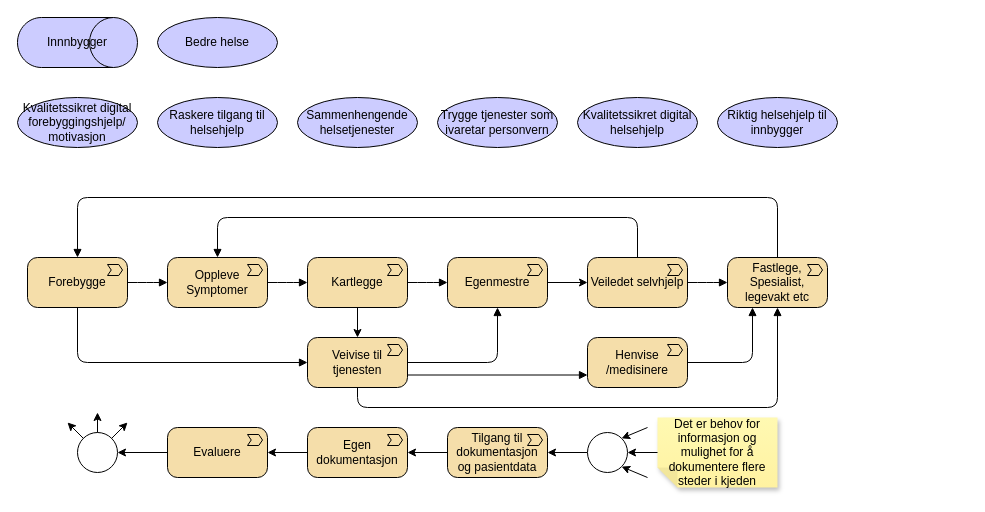
Above: page "verdikjede-pasient" (5 of 9) of docs/strategi/value-chain.drawio in hdir/Digital-Forstelinje (draw.io), before the change. Source tidied: cells renumbered, new cells numbered last; positions are measured from the earlier drawing's top-left corner, leaving out a move shared by most shapes. Both pictures are drawn from the tidied source at 100%, with x=0, y=0 at pixel (17, 17).
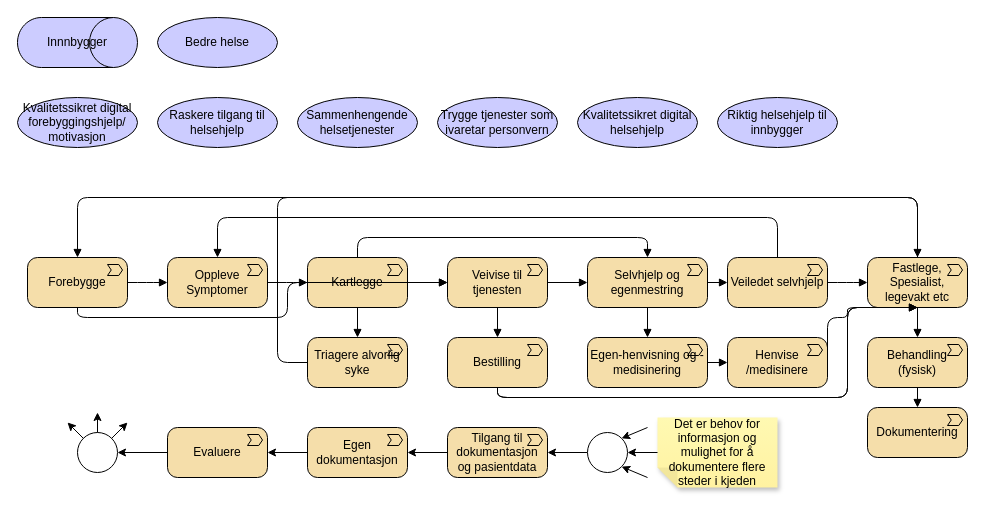
The same diagram, later.

Unchanged cells that the change refers to:
```xml
<mxCell id="5" value="Kartlegge" style="html=1;outlineConnect=0;whiteSpace=wrap;fillColor=#F5DEAA;shape=mxgraph.archimate3.application;appType=valueStream;archiType=rounded;" parent="1" vertex="1">
  <mxGeometry x="290" y="240" width="100" height="50" as="geometry" />
</mxCell>
```

The edit, as a diff of the source:
```diff
@@
-    <mxCell id="4" style="edgeStyle=none;html=1;" parent="1" edge="1" source="5" target="9">
+    <mxCell id="4" style="edgeStyle=none;html=1;endArrow=block;endFill=1;" parent="1" edge="1" source="5" target="9">
       <mxGeometry relative="1" as="geometry" />
     </mxCell>
@@
-    <mxCell id="6" style="edgeStyle=none;html=1;" parent="1" edge="1" source="7" target="8">
+    <mxCell id="6" style="edgeStyle=none;html=1;endArrow=block;endFill=1;" parent="1" edge="1" source="7" target="8">
       <mxGeometry relative="1" as="geometry" />
     </mxCell>
-    <mxCell id="7" value="Egenmestre" style="html=1;outlineConnect=0;whiteSpace=wrap;fillColor=#F5DEAA;shape=mxgraph.archimate3.application;appType=valueStream;archiType=rounded;" parent="1" vertex="1">
-      <mxGeometry x="430" y="240" width="100" height="50" as="geometry" />
+    <mxCell id="7" value="Selvhjelp og egenmestring" style="html=1;outlineConnect=0;whiteSpace=wrap;fillColor=#F5DEAA;shape=mxgraph.archimate3.application;appType=valueStream;archiType=rounded;" parent="1" vertex="1">
+      <mxGeometry x="570" y="240" width="120" height="50" as="geometry" />
     </mxCell>
     <mxCell id="8" value="Veiledet selvhjelp" style="html=1;outlineConnect=0;whiteSpace=wrap;fillColor=#F5DEAA;shape=mxgraph.archimate3.application;appType=valueStream;archiType=rounded;" parent="1" vertex="1">
-      <mxGeometry x="570" y="240" width="100" height="50" as="geometry" />
+      <mxGeometry x="710" y="240" width="100" height="50" as="geometry" />
     </mxCell>
     <mxCell id="9" value="Veivise til tjenesten" style="html=1;outlineConnect=0;whiteSpace=wrap;fillColor=#F5DEAA;shape=mxgraph.archimate3.application;appType=valueStream;archiType=rounded;" parent="1" vertex="1">
-      <mxGeometry x="290" y="320" width="100" height="50" as="geometry" />
+      <mxGeometry x="430" y="240" width="100" height="50" as="geometry" />
     </mxCell>
-    <mxCell id="10" style="edgeStyle=elbowEdgeStyle;html=1;endArrow=block;dashed=0;elbow=vertical;endFill=1;exitX=1;exitY=0.5;exitDx=0;exitDy=0;exitPerimeter=0;entryX=0;entryY=0.5;entryDx=0;entryDy=0;entryPerimeter=0;" parent="1" edge="1" source="5" target="7">
-      <mxGeometry relative="1" as="geometry" />
+    <mxCell id="10" style="edgeStyle=orthogonalEdgeStyle;html=1;endArrow=block;dashed=0;endFill=1;exitX=0.5;exitY=0;exitDx=0;exitDy=0;exitPerimeter=0;entryX=0.5;entryY=0;entryDx=0;entryDy=0;entryPerimeter=0;" parent="1" edge="1" source="5" target="7">
+      <mxGeometry relative="1" as="geometry">
+        <Array as="points">
+          <mxPoint x="630" y="220" />
+        </Array>
+      </mxGeometry>
     </mxCell>
@@
-    <mxCell id="14" style="edgeStyle=orthogonalEdgeStyle;html=1;endArrow=block;dashed=0;elbow=vertical;endFill=1;entryX=0.5;entryY=1;entryDx=0;entryDy=0;entryPerimeter=0;exitX=1;exitY=0.5;exitDx=0;exitDy=0;exitPerimeter=0;" parent="1" edge="1" source="9" target="7">
+    <mxCell id="14" style="edgeStyle=none;html=1;endArrow=block;dashed=0;endFill=1;exitX=1;exitY=0.5;exitDx=0;exitDy=0;exitPerimeter=0;entryX=0;entryY=0.5;entryDx=0;entryDy=0;entryPerimeter=0;" parent="1" edge="1" source="9" target="7">
       <mxGeometry relative="1" as="geometry" />
     </mxCell>
     <mxCell id="15" value="Fastlege, Spesialist, legevakt etc" style="html=1;outlineConnect=0;whiteSpace=wrap;fillColor=#F5DEAA;shape=mxgraph.archimate3.application;appType=valueStream;archiType=rounded;" parent="1" vertex="1">
-      <mxGeometry x="710" y="240" width="100" height="50" as="geometry" />
+      <mxGeometry x="850" y="240" width="100" height="50" as="geometry" />
     </mxCell>
-    <mxCell id="16" style="edgeStyle=elbowEdgeStyle;html=1;endArrow=block;dashed=0;elbow=vertical;endFill=1;entryX=0.5;entryY=1;entryDx=0;entryDy=0;entryPerimeter=0;exitX=0.5;exitY=1;exitDx=0;exitDy=0;exitPerimeter=0;" parent="1" edge="1" source="9" target="15">
+    <mxCell id="16" style="edgeStyle=orthogonalEdgeStyle;html=1;endArrow=block;dashed=0;endFill=1;entryX=0.5;entryY=1;entryDx=0;entryDy=0;entryPerimeter=0;exitX=0.5;exitY=1;exitDx=0;exitDy=0;exitPerimeter=0;" parent="1" edge="1" source="49" target="15">
       <mxGeometry relative="1" as="geometry">
         <Array as="points">
-          <mxPoint x="550" y="390" />
+          <mxPoint x="830" y="380" />
         </Array>
       </mxGeometry>
     </mxCell>
@@
     <mxCell id="19" value="Henvise /medisinere" style="html=1;outlineConnect=0;whiteSpace=wrap;fillColor=#F5DEAA;shape=mxgraph.archimate3.application;appType=valueStream;archiType=rounded;" parent="1" vertex="1">
-      <mxGeometry x="570" y="320" width="100" height="50" as="geometry" />
+      <mxGeometry x="710" y="320" width="100" height="50" as="geometry" />
     </mxCell>
-    <mxCell id="20" style="html=1;endArrow=block;dashed=0;elbow=vertical;endFill=1;exitX=1;exitY=0.75;exitDx=0;exitDy=0;exitPerimeter=0;entryX=0;entryY=0.75;entryDx=0;entryDy=0;entryPerimeter=0;" parent="1" edge="1" source="9" target="19">
+    <mxCell id="20" style="edgeStyle=none;html=1;endArrow=block;dashed=0;endFill=1;exitX=1;exitY=0.5;exitDx=0;exitDy=0;exitPerimeter=0;entryX=0;entryY=0.5;entryDx=0;entryDy=0;entryPerimeter=0;" parent="1" edge="1" source="50" target="19">
       <mxGeometry relative="1" as="geometry" />
     </mxCell>
-    <mxCell id="21" style="edgeStyle=elbowEdgeStyle;html=1;endArrow=block;dashed=0;elbow=vertical;endFill=1;exitX=1;exitY=0.5;exitDx=0;exitDy=0;exitPerimeter=0;entryX=0.25;entryY=1;entryDx=0;entryDy=0;entryPerimeter=0;" parent="1" edge="1" source="19" target="15">
+    <mxCell id="21" style="edgeStyle=orthogonalEdgeStyle;html=1;endArrow=block;dashed=0;endFill=1;exitX=1;exitY=0.5;exitDx=0;exitDy=0;exitPerimeter=0;entryX=0.5;entryY=1;entryDx=0;entryDy=0;entryPerimeter=0;" parent="1" edge="1" source="19" target="15">
       <mxGeometry relative="1" as="geometry">
         <Array as="points">
-          <mxPoint x="710" y="345" />
+          <mxPoint x="830" y="300" />
         </Array>
       </mxGeometry>
     </mxCell>
@@
+    <mxCell id="48" value="Triagere alvorlig syke" style="html=1;outlineConnect=0;whiteSpace=wrap;fillColor=#F5DEAA;shape=mxgraph.archimate3.application;appType=valueStream;archiType=rounded;" parent="1" vertex="1">
+      <mxGeometry x="290" y="320" width="100" height="50" as="geometry" />
+    </mxCell>
+    <mxCell id="49" value="Bestilling" style="html=1;outlineConnect=0;whiteSpace=wrap;fillColor=#F5DEAA;shape=mxgraph.archimate3.application;appType=valueStream;archiType=rounded;" parent="1" vertex="1">
+      <mxGeometry x="430" y="320" width="100" height="50" as="geometry" />
+    </mxCell>
+    <mxCell id="50" value="Egen-henvisning og -medisinering" style="html=1;outlineConnect=0;whiteSpace=wrap;fillColor=#F5DEAA;shape=mxgraph.archimate3.application;appType=valueStream;archiType=rounded;" parent="1" vertex="1">
+      <mxGeometry x="570" y="320" width="120" height="50" as="geometry" />
+    </mxCell>
+    <mxCell id="51" value="Behandling (fysisk)" style="html=1;outlineConnect=0;whiteSpace=wrap;fillColor=#F5DEAA;shape=mxgraph.archimate3.application;appType=valueStream;archiType=rounded;" parent="1" vertex="1">
+      <mxGeometry x="850" y="320" width="100" height="50" as="geometry" />
+    </mxCell>
+    <mxCell id="52" value="Dokumentering" style="html=1;outlineConnect=0;whiteSpace=wrap;fillColor=#F5DEAA;shape=mxgraph.archimate3.application;appType=valueStream;archiType=rounded;" parent="1" vertex="1">
+      <mxGeometry x="850" y="390" width="100" height="50" as="geometry" />
+    </mxCell>
+    <mxCell id="53" style="edgeStyle=none;html=1;endArrow=block;endFill=1;exitX=0.5;exitY=1;exitPerimeter=0;entryX=0.5;entryY=0;entryPerimeter=0;" parent="1" edge="1" source="5" target="48">
+      <mxGeometry relative="1" as="geometry" />
+    </mxCell>
+    <mxCell id="54" style="edgeStyle=orthogonalEdgeStyle;html=1;endArrow=block;endFill=1;exitX=0;exitY=0.5;exitPerimeter=0;entryX=0.5;entryY=0;entryPerimeter=0;" parent="1" edge="1" source="48" target="15">
+      <mxGeometry relative="1" as="geometry">
+        <Array as="points">
+          <mxPoint x="260" y="180" />
+          <mxPoint x="900" y="180" />
+        </Array>
+      </mxGeometry>
+    </mxCell>
+    <mxCell id="55" style="edgeStyle=none;html=1;endArrow=block;endFill=1;exitX=0.5;exitY=1;exitPerimeter=0;entryX=0.5;entryY=0;entryPerimeter=0;" parent="1" edge="1" source="9" target="49">
+      <mxGeometry relative="1" as="geometry" />
+    </mxCell>
+    <mxCell id="56" style="edgeStyle=none;html=1;endArrow=block;endFill=1;exitX=0.5;exitY=1;exitPerimeter=0;entryX=0.5;entryY=0;entryPerimeter=0;" parent="1" edge="1" source="7" target="50">
+      <mxGeometry relative="1" as="geometry" />
+    </mxCell>
+    <mxCell id="57" style="edgeStyle=orthogonalEdgeStyle;html=1;endArrow=block;endFill=1;exitX=0.5;exitY=1;exitPerimeter=0;entryX=0.5;entryY=1;entryPerimeter=0;" parent="1" edge="1" source="49" target="15">
+      <mxGeometry relative="1" as="geometry">
+        <Array as="points">
+          <mxPoint x="830" y="380" />
+        </Array>
+      </mxGeometry>
+    </mxCell>
+    <mxCell id="58" style="edgeStyle=none;html=1;endArrow=block;endFill=1;exitX=0.5;exitY=1;exitPerimeter=0;entryX=0.5;entryY=0;entryPerimeter=0;" parent="1" edge="1" source="15" target="51">
+      <mxGeometry relative="1" as="geometry" />
+    </mxCell>
+    <mxCell id="59" style="edgeStyle=none;html=1;endArrow=block;endFill=1;exitX=0.5;exitY=1;exitPerimeter=0;entryX=0.5;entryY=0;entryPerimeter=0;" parent="1" edge="1" source="51" target="52">
+      <mxGeometry relative="1" as="geometry" />
+    </mxCell>
```
